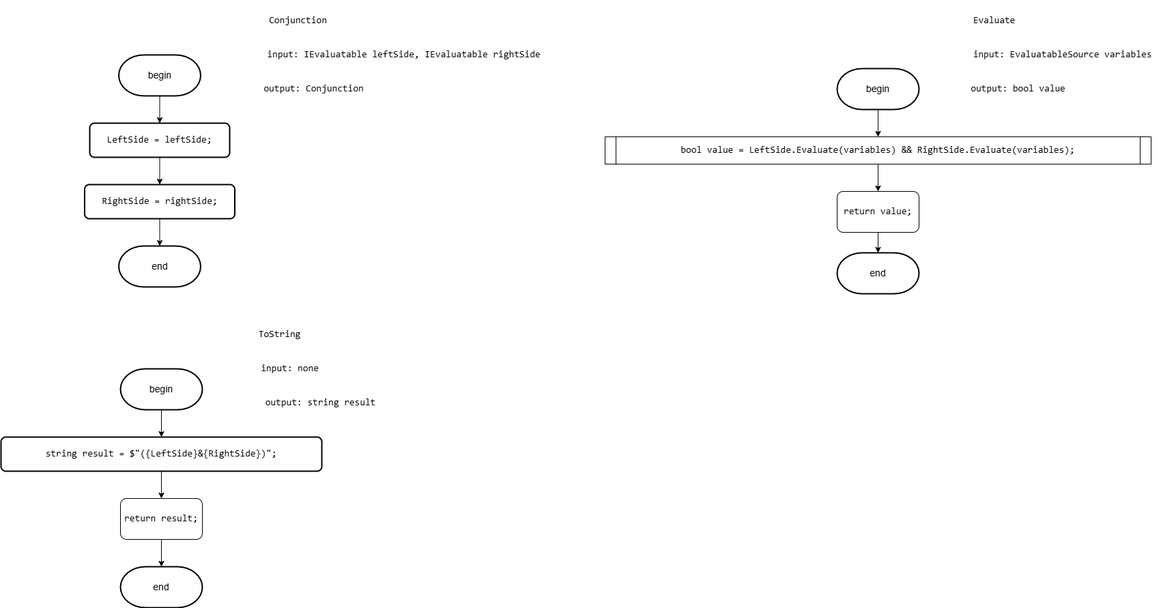
slavikovics/FictionalVariables keeps this draw.io diagram as Diagrams/images/Conjunction.drawio.png. Above is the earlier version. Source tidied: cells renumbered, new cells last; positions are measured from the earlier drawing's top-left corner, leaving out a move shared by most shapes.
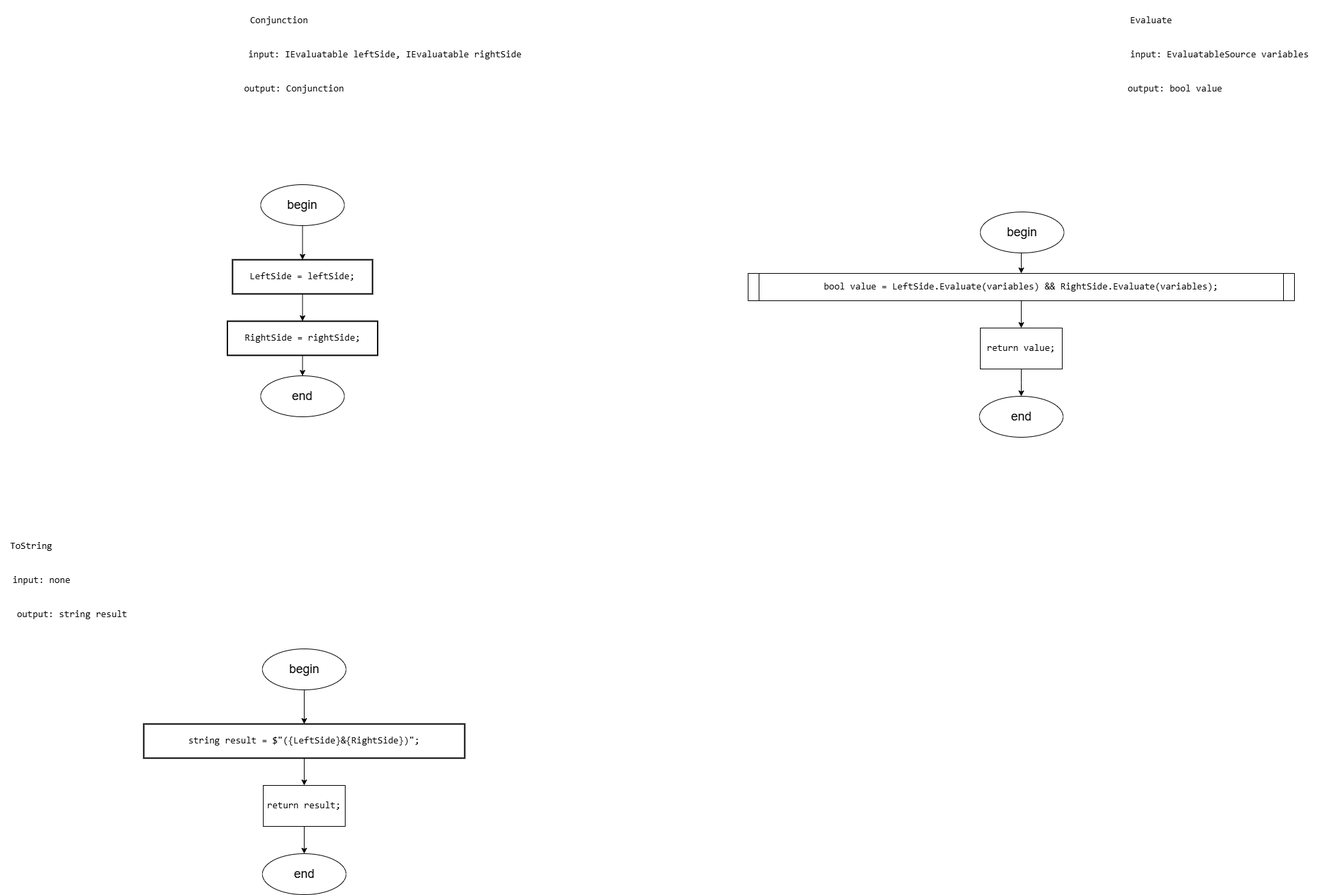
Later version of the same file.

What changed in the source:
```diff
@@ -3,94 +3,94 @@
     <mxCell id="0" />
     <mxCell id="1" parent="0" />
     <mxCell id="2" value="&lt;div&gt;&lt;pre style=&quot;font-family: &amp;quot;JetBrains Mono&amp;quot;, monospace;&quot;&gt;&lt;font style=&quot;&quot;&gt;Conjunction&lt;/font&gt;&lt;/pre&gt;&lt;/div&gt;" style="text;html=1;align=center;verticalAlign=middle;strokeColor=none;fillColor=none;fontSize=14;fontColor=#000000;labelBackgroundColor=none;" parent="1" vertex="1">
-      <mxGeometry x="380" width="110" height="60" as="geometry" />
+      <mxGeometry x="142.5" y="-200" width="110" height="60" as="geometry" />
     </mxCell>
-    <mxCell id="3" style="edgeStyle=orthogonalEdgeStyle;rounded=0;jettySize=auto;html=1;exitX=0.5;exitY=1;exitDx=0;exitDy=0;exitPerimeter=0;entryX=0.5;entryY=0;entryDx=0;entryDy=0;fontSize=14;fontColor=#000000;labelBackgroundColor=none;" parent="1" edge="1" source="4" target="6">
-      <mxGeometry relative="1" as="geometry" />
-    </mxCell>
-    <mxCell id="4" value="begin" style="strokeWidth=2;html=1;shape=mxgraph.flowchart.terminator;whiteSpace=wrap;fontSize=14;fontColor=#000000;labelBackgroundColor=none;" parent="1" vertex="1">
-      <mxGeometry x="172.5" y="80" width="120" height="60" as="geometry" />
-    </mxCell>
     <mxCell id="5" style="edgeStyle=orthogonalEdgeStyle;rounded=0;jettySize=auto;html=1;exitX=0.5;exitY=1;exitDx=0;exitDy=0;entryX=0.5;entryY=0;entryDx=0;entryDy=0;fontSize=14;fontColor=#000000;labelBackgroundColor=none;" parent="1" edge="1" source="6" target="7">
       <mxGeometry relative="1" as="geometry" />
     </mxCell>
-    <mxCell id="6" value="&lt;div style=&quot;&quot;&gt;&lt;pre style=&quot;font-family: &amp;quot;JetBrains Mono&amp;quot;, monospace;&quot;&gt;LeftSide = &lt;span style=&quot;&quot;&gt;leftSide&lt;/span&gt;;&lt;/pre&gt;&lt;/div&gt;" style="rounded=1;whiteSpace=wrap;html=1;absoluteArcSize=1;arcSize=14;strokeWidth=2;fontSize=14;fontColor=#000000;labelBackgroundColor=none;" parent="1" vertex="1">
+    <mxCell id="6" value="&lt;div style=&quot;&quot;&gt;&lt;pre style=&quot;font-family: &amp;quot;JetBrains Mono&amp;quot;, monospace;&quot;&gt;LeftSide = &lt;span style=&quot;&quot;&gt;leftSide&lt;/span&gt;;&lt;/pre&gt;&lt;/div&gt;" style="rounded=0;whiteSpace=wrap;html=1;absoluteArcSize=1;arcSize=14;strokeWidth=2;fontSize=14;fontColor=#000000;labelBackgroundColor=none;" parent="1" vertex="1">
       <mxGeometry x="130" y="180" width="205" height="50" as="geometry" />
     </mxCell>
+    <mxCell id="32" style="edgeStyle=orthogonalEdgeStyle;rounded=0;jettySize=auto;html=1;exitX=0.5;exitY=1;exitDx=0;exitDy=0;entryX=0.5;entryY=0;entryDx=0;entryDy=0;" parent="1" edge="1" source="7" target="37">
+      <mxGeometry relative="1" as="geometry" />
+    </mxCell>
-    <mxCell id="7" value="&lt;div style=&quot;&quot;&gt;&lt;pre style=&quot;font-family: &amp;quot;JetBrains Mono&amp;quot;, monospace;&quot;&gt;&lt;div&gt;&lt;pre style=&quot;font-family: &amp;quot;JetBrains Mono&amp;quot;, monospace;&quot;&gt;RightSide = &lt;span style=&quot;&quot;&gt;rightSide&lt;/span&gt;;&lt;/pre&gt;&lt;/div&gt;&lt;/pre&gt;&lt;/div&gt;" style="rounded=1;whiteSpace=wrap;html=1;absoluteArcSize=1;arcSize=14;strokeWidth=2;fontSize=14;fontColor=#000000;labelBackgroundColor=none;" parent="1" vertex="1">
+    <mxCell id="7" value="&lt;div style=&quot;&quot;&gt;&lt;pre style=&quot;font-family: &amp;quot;JetBrains Mono&amp;quot;, monospace;&quot;&gt;&lt;div&gt;&lt;pre style=&quot;font-family: &amp;quot;JetBrains Mono&amp;quot;, monospace;&quot;&gt;RightSide = &lt;span style=&quot;&quot;&gt;rightSide&lt;/span&gt;;&lt;/pre&gt;&lt;/div&gt;&lt;/pre&gt;&lt;/div&gt;" style="rounded=0;whiteSpace=wrap;html=1;absoluteArcSize=1;arcSize=14;strokeWidth=2;fontSize=14;fontColor=#000000;labelBackgroundColor=none;" parent="1" vertex="1">
       <mxGeometry x="122.5" y="270" width="220" height="50" as="geometry" />
     </mxCell>
     <mxCell id="8" value="&lt;pre style=&quot;font-family: &amp;quot;JetBrains Mono&amp;quot;, monospace;&quot;&gt;input: IEvaluatable leftSide, IEvaluatable rightSide&lt;/pre&gt;" style="text;html=1;align=center;verticalAlign=middle;strokeColor=none;fillColor=none;fontSize=14;fontColor=#000000;labelBackgroundColor=none;" parent="1" vertex="1">
-      <mxGeometry x="380" y="50" width="420" height="60" as="geometry" />
+      <mxGeometry x="142.5" y="-150" width="420" height="60" as="geometry" />
     </mxCell>
     <mxCell id="9" value="&lt;pre style=&quot;font-family: &amp;quot;JetBrains Mono&amp;quot;, monospace;&quot;&gt;output: Conjunction&lt;/pre&gt;" style="text;html=1;align=center;verticalAlign=middle;strokeColor=none;fillColor=none;fontSize=14;fontColor=#000000;labelBackgroundColor=none;" parent="1" vertex="1">
-      <mxGeometry x="372.5" y="100" width="170" height="60" as="geometry" />
+      <mxGeometry x="135" y="-100" width="170" height="60" as="geometry" />
     </mxCell>
-    <mxCell id="10" value="end" style="strokeWidth=2;html=1;shape=mxgraph.flowchart.terminator;whiteSpace=wrap;fontSize=14;fontColor=#000000;labelBackgroundColor=none;" parent="1" vertex="1">
-      <mxGeometry x="172.5" y="360" width="120" height="60" as="geometry" />
-    </mxCell>
-    <mxCell id="11" style="edgeStyle=orthogonalEdgeStyle;rounded=0;jettySize=auto;html=1;exitX=0.5;exitY=1;exitDx=0;exitDy=0;entryX=0.5;entryY=0;entryDx=0;entryDy=0;entryPerimeter=0;fontSize=14;fontColor=#000000;labelBackgroundColor=none;" parent="1" edge="1" source="7" target="10">
-      <mxGeometry relative="1" as="geometry" />
-    </mxCell>
     <mxCell id="12" value="&lt;pre style=&quot;font-family: &amp;quot;JetBrains Mono&amp;quot;, monospace;&quot;&gt;Evaluate&lt;/pre&gt;" style="text;html=1;align=center;verticalAlign=middle;strokeColor=none;fillColor=none;fontSize=14;fontColor=#000000;labelBackgroundColor=none;" parent="1" vertex="1">
-      <mxGeometry x="1410" width="90" height="60" as="geometry" />
+      <mxGeometry x="1430" y="-200" width="90" height="60" as="geometry" />
     </mxCell>
-    <mxCell id="13" style="edgeStyle=orthogonalEdgeStyle;rounded=0;jettySize=auto;html=1;exitX=0.5;exitY=1;exitDx=0;exitDy=0;exitPerimeter=0;entryX=0.5;entryY=0;entryDx=0;entryDy=0;fontSize=14;fontColor=#000000;labelBackgroundColor=none;" parent="1" edge="1" source="14" target="27">
-      <mxGeometry relative="1" as="geometry" />
-    </mxCell>
-    <mxCell id="14" value="begin" style="strokeWidth=2;html=1;shape=mxgraph.flowchart.terminator;whiteSpace=wrap;fontSize=14;fontColor=#000000;labelBackgroundColor=none;" parent="1" vertex="1">
-      <mxGeometry x="1225" y="100" width="120" height="60" as="geometry" />
-    </mxCell>
     <mxCell id="15" value="&lt;pre style=&quot;font-family: &amp;quot;JetBrains Mono&amp;quot;, monospace;&quot;&gt;input: EvaluatableSource &lt;span style=&quot;white-space-collapse: collapse;&quot;&gt;variables&lt;/span&gt;&lt;/pre&gt;" style="text;html=1;align=center;verticalAlign=middle;strokeColor=none;fillColor=none;fontSize=14;fontColor=#000000;labelBackgroundColor=none;" parent="1" vertex="1">
-      <mxGeometry x="1410" y="50" width="290" height="60" as="geometry" />
+      <mxGeometry x="1430" y="-150" width="290" height="60" as="geometry" />
     </mxCell>
     <mxCell id="16" value="&lt;pre style=&quot;font-family: &amp;quot;JetBrains Mono&amp;quot;, monospace;&quot;&gt;output: bool value&lt;/pre&gt;" style="text;html=1;align=center;verticalAlign=middle;strokeColor=none;fillColor=none;fontSize=14;fontColor=#000000;labelBackgroundColor=none;" parent="1" vertex="1">
-      <mxGeometry x="1410" y="100" width="160" height="60" as="geometry" />
+      <mxGeometry x="1430" y="-100" width="160" height="60" as="geometry" />
     </mxCell>
-    <mxCell id="17" value="end" style="strokeWidth=2;html=1;shape=mxgraph.flowchart.terminator;whiteSpace=wrap;fontSize=14;fontColor=#000000;labelBackgroundColor=none;" parent="1" vertex="1">
-      <mxGeometry x="1225" y="370" width="120" height="60" as="geometry" />
-    </mxCell>
     <mxCell id="18" value="&lt;pre style=&quot;font-family: &amp;quot;JetBrains Mono&amp;quot;, monospace;&quot;&gt;ToString&lt;/pre&gt;" style="text;html=1;align=center;verticalAlign=middle;strokeColor=none;fillColor=none;fontSize=14;fontColor=#000000;labelBackgroundColor=none;" parent="1" vertex="1">
-      <mxGeometry x="362.5" y="460" width="90" height="60" as="geometry" />
+      <mxGeometry x="-210" y="570" width="90" height="60" as="geometry" />
     </mxCell>
-    <mxCell id="19" style="edgeStyle=orthogonalEdgeStyle;rounded=0;jettySize=auto;html=1;exitX=0.5;exitY=1;exitDx=0;exitDy=0;exitPerimeter=0;entryX=0.5;entryY=0;entryDx=0;entryDy=0;fontSize=14;fontColor=#000000;labelBackgroundColor=none;" parent="1" edge="1" source="20" target="22">
-      <mxGeometry relative="1" as="geometry" />
-    </mxCell>
-    <mxCell id="20" value="begin" style="strokeWidth=2;html=1;shape=mxgraph.flowchart.terminator;whiteSpace=wrap;fontSize=14;fontColor=#000000;labelBackgroundColor=none;" parent="1" vertex="1">
-      <mxGeometry x="175" y="540" width="120" height="60" as="geometry" />
-    </mxCell>
     <mxCell id="21" style="edgeStyle=orthogonalEdgeStyle;rounded=0;jettySize=auto;html=1;exitX=0.5;exitY=1;exitDx=0;exitDy=0;entryX=0.5;entryY=0;entryDx=0;entryDy=0;fontSize=14;fontColor=#000000;labelBackgroundColor=none;" parent="1" edge="1" source="22" target="29">
       <mxGeometry relative="1" as="geometry" />
     </mxCell>
-    <mxCell id="22" value="&lt;div style=&quot;&quot;&gt;&lt;pre style=&quot;font-family: &amp;quot;JetBrains Mono&amp;quot;, monospace;&quot;&gt;&lt;pre style=&quot;font-family: &amp;quot;JetBrains Mono&amp;quot;, monospace;&quot;&gt;&lt;div&gt;&lt;pre style=&quot;font-family: &amp;quot;JetBrains Mono&amp;quot;, monospace;&quot;&gt;&lt;span style=&quot;&quot;&gt;string &lt;/span&gt;&lt;span style=&quot;&quot;&gt;result &lt;/span&gt;= &lt;span style=&quot;&quot;&gt;$&quot;(&lt;/span&gt;{LeftSide}&lt;span style=&quot;&quot;&gt;&amp;amp;&lt;/span&gt;{RightSide}&lt;span style=&quot;&quot;&gt;)&quot;&lt;/span&gt;;&lt;/pre&gt;&lt;/div&gt;&lt;/pre&gt;&lt;/pre&gt;&lt;/div&gt;" style="rounded=1;whiteSpace=wrap;html=1;absoluteArcSize=1;arcSize=14;strokeWidth=2;fontSize=14;fontColor=#000000;labelBackgroundColor=none;" parent="1" vertex="1">
-      <mxGeometry y="640" width="470" height="50" as="geometry" />
+    <mxCell id="22" value="&lt;div style=&quot;&quot;&gt;&lt;pre style=&quot;font-family: &amp;quot;JetBrains Mono&amp;quot;, monospace;&quot;&gt;&lt;pre style=&quot;font-family: &amp;quot;JetBrains Mono&amp;quot;, monospace;&quot;&gt;&lt;div&gt;&lt;pre style=&quot;font-family: &amp;quot;JetBrains Mono&amp;quot;, monospace;&quot;&gt;&lt;span style=&quot;&quot;&gt;string &lt;/span&gt;&lt;span style=&quot;&quot;&gt;result &lt;/span&gt;= &lt;span style=&quot;&quot;&gt;$&quot;(&lt;/span&gt;{LeftSide}&lt;span style=&quot;&quot;&gt;&amp;amp;&lt;/span&gt;{RightSide}&lt;span style=&quot;&quot;&gt;)&quot;&lt;/span&gt;;&lt;/pre&gt;&lt;/div&gt;&lt;/pre&gt;&lt;/pre&gt;&lt;/div&gt;" style="rounded=0;whiteSpace=wrap;html=1;absoluteArcSize=1;arcSize=14;strokeWidth=2;fontSize=14;fontColor=#000000;labelBackgroundColor=none;" parent="1" vertex="1">
+      <mxGeometry y="860" width="470" height="50" as="geometry" />
     </mxCell>
     <mxCell id="23" value="&lt;pre style=&quot;font-family: &amp;quot;JetBrains Mono&amp;quot;, monospace;&quot;&gt;input: none&lt;/pre&gt;" style="text;html=1;align=center;verticalAlign=middle;strokeColor=none;fillColor=none;fontSize=14;fontColor=#000000;labelBackgroundColor=none;" parent="1" vertex="1">
-      <mxGeometry x="367.5" y="510" width="110" height="60" as="geometry" />
+      <mxGeometry x="-205" y="620" width="110" height="60" as="geometry" />
     </mxCell>
     <mxCell id="24" value="&lt;pre style=&quot;font-family: &amp;quot;JetBrains Mono&amp;quot;, monospace;&quot;&gt;output: string result&lt;/pre&gt;" style="text;html=1;align=center;verticalAlign=middle;strokeColor=none;fillColor=none;fontSize=14;fontColor=#000000;labelBackgroundColor=none;" parent="1" vertex="1">
-      <mxGeometry x="372.5" y="560" width="190" height="60" as="geometry" />
+      <mxGeometry x="-200" y="670" width="190" height="60" as="geometry" />
     </mxCell>
-    <mxCell id="25" value="end" style="strokeWidth=2;html=1;shape=mxgraph.flowchart.terminator;whiteSpace=wrap;fontSize=14;fontColor=#000000;labelBackgroundColor=none;" parent="1" vertex="1">
-      <mxGeometry x="175" y="830" width="120" height="60" as="geometry" />
-    </mxCell>
     <mxCell id="26" style="edgeStyle=orthogonalEdgeStyle;rounded=0;jettySize=auto;html=1;exitX=0.5;exitY=1;exitDx=0;exitDy=0;fontSize=14;fontColor=#000000;labelBackgroundColor=none;" parent="1" edge="1" source="27" target="30">
       <mxGeometry relative="1" as="geometry" />
     </mxCell>
     <mxCell id="27" value="&lt;pre style=&quot;font-family: &amp;quot;JetBrains Mono&amp;quot;, monospace;&quot;&gt;&lt;span style=&quot;&quot;&gt;bool &lt;/span&gt;&lt;span style=&quot;&quot;&gt;value &lt;/span&gt;= LeftSide.&lt;span style=&quot;&quot;&gt;Evaluate&lt;/span&gt;(&lt;span style=&quot;&quot;&gt;variables&lt;/span&gt;) &amp;amp;&amp;amp; RightSide.&lt;span style=&quot;&quot;&gt;Evaluate&lt;/span&gt;(&lt;span style=&quot;&quot;&gt;variables&lt;/span&gt;);&lt;/pre&gt;" style="shape=process;whiteSpace=wrap;html=1;backgroundOutline=1;size=0.0202020202020202;fontSize=14;fontColor=#000000;labelBackgroundColor=none;" parent="1" vertex="1">
       <mxGeometry x="885" y="200" width="800" height="40" as="geometry" />
     </mxCell>
-    <mxCell id="28" style="edgeStyle=orthogonalEdgeStyle;rounded=0;jettySize=auto;html=1;exitX=0.5;exitY=1;exitDx=0;exitDy=0;fontSize=14;fontColor=#000000;labelBackgroundColor=none;" parent="1" edge="1" source="29" target="25">
-      <mxGeometry relative="1" as="geometry" />
-    </mxCell>
+    <mxCell id="33" style="edgeStyle=orthogonalEdgeStyle;rounded=0;jettySize=auto;html=1;exitX=0.5;exitY=1;exitDx=0;exitDy=0;entryX=0.5;entryY=0;entryDx=0;entryDy=0;" parent="1" edge="1" source="29" target="40">
+      <mxGeometry relative="1" as="geometry" />
+    </mxCell>
-    <mxCell id="29" value="&lt;div style=&quot;&quot;&gt;&lt;pre style=&quot;font-family: &amp;quot;JetBrains Mono&amp;quot;, monospace;&quot;&gt;&lt;span style=&quot;&quot;&gt;return &lt;/span&gt;result;&lt;/pre&gt;&lt;/div&gt;" style="rounded=1;whiteSpace=wrap;html=1;fontSize=14;fontColor=#000000;labelBackgroundColor=none;" parent="1" vertex="1">
-      <mxGeometry x="175" y="730" width="120" height="60" as="geometry" />
+    <mxCell id="29" value="&lt;div style=&quot;&quot;&gt;&lt;pre style=&quot;font-family: &amp;quot;JetBrains Mono&amp;quot;, monospace;&quot;&gt;&lt;span style=&quot;&quot;&gt;return &lt;/span&gt;result;&lt;/pre&gt;&lt;/div&gt;" style="rounded=0;whiteSpace=wrap;html=1;fontSize=14;fontColor=#000000;labelBackgroundColor=none;" parent="1" vertex="1">
+      <mxGeometry x="175" y="950" width="120" height="60" as="geometry" />
     </mxCell>
+    <mxCell id="34" style="edgeStyle=orthogonalEdgeStyle;rounded=0;jettySize=auto;html=1;exitX=0.5;exitY=1;exitDx=0;exitDy=0;" parent="1" edge="1" source="30" target="43">
+      <mxGeometry relative="1" as="geometry" />
+    </mxCell>
-    <mxCell id="30" value="&lt;div style=&quot;&quot;&gt;&lt;pre style=&quot;font-family: &amp;quot;JetBrains Mono&amp;quot;, monospace;&quot;&gt;&lt;span style=&quot;&quot;&gt;return &lt;/span&gt;value;&lt;/pre&gt;&lt;/div&gt;" style="rounded=1;whiteSpace=wrap;html=1;fontSize=14;fontColor=#000000;labelBackgroundColor=none;" parent="1" vertex="1">
+    <mxCell id="30" value="&lt;div style=&quot;&quot;&gt;&lt;pre style=&quot;font-family: &amp;quot;JetBrains Mono&amp;quot;, monospace;&quot;&gt;&lt;span style=&quot;&quot;&gt;return &lt;/span&gt;value;&lt;/pre&gt;&lt;/div&gt;" style="rounded=0;whiteSpace=wrap;html=1;fontSize=14;fontColor=#000000;labelBackgroundColor=none;" parent="1" vertex="1">
       <mxGeometry x="1225" y="280" width="120" height="60" as="geometry" />
     </mxCell>
-    <mxCell id="31" style="edgeStyle=orthogonalEdgeStyle;rounded=0;jettySize=auto;html=1;exitX=0.5;exitY=1;exitDx=0;exitDy=0;entryX=0.5;entryY=0;entryDx=0;entryDy=0;entryPerimeter=0;fontSize=14;fontColor=#000000;labelBackgroundColor=none;" parent="1" edge="1" source="30" target="17">
-      <mxGeometry relative="1" as="geometry" />
-    </mxCell>
+    <mxCell id="35" style="edgeStyle=orthogonalEdgeStyle;rounded=0;jettySize=auto;html=1;exitX=0.5;exitY=1;exitDx=0;exitDy=0;entryX=0.5;entryY=0;entryDx=0;entryDy=0;" parent="1" edge="1" source="36" target="6">
+      <mxGeometry relative="1" as="geometry" />
+    </mxCell>
+    <mxCell id="36" value="&lt;font style=&quot;font-size: 18px;&quot;&gt;begin&lt;/font&gt;" style="ellipse;whiteSpace=wrap;html=1;" parent="1" vertex="1">
+      <mxGeometry x="171.2" y="70" width="122.5" height="60" as="geometry" />
+    </mxCell>
+    <mxCell id="37" value="&lt;font style=&quot;font-size: 18px;&quot;&gt;end&lt;/font&gt;" style="ellipse;whiteSpace=wrap;html=1;" parent="1" vertex="1">
+      <mxGeometry x="171.2" y="350" width="122.5" height="60" as="geometry" />
+    </mxCell>
+    <mxCell id="38" style="edgeStyle=orthogonalEdgeStyle;rounded=0;jettySize=auto;html=1;exitX=0.5;exitY=1;exitDx=0;exitDy=0;entryX=0.5;entryY=0;entryDx=0;entryDy=0;" parent="1" edge="1" source="39" target="22">
+      <mxGeometry relative="1" as="geometry" />
+    </mxCell>
+    <mxCell id="39" value="&lt;font style=&quot;font-size: 18px;&quot;&gt;begin&lt;/font&gt;" style="ellipse;whiteSpace=wrap;html=1;" parent="1" vertex="1">
+      <mxGeometry x="173.8" y="750" width="122.5" height="60" as="geometry" />
+    </mxCell>
+    <mxCell id="40" value="&lt;font style=&quot;font-size: 18px;&quot;&gt;end&lt;/font&gt;" style="ellipse;whiteSpace=wrap;html=1;" parent="1" vertex="1">
+      <mxGeometry x="173.8" y="1050" width="122.5" height="60" as="geometry" />
+    </mxCell>
+    <mxCell id="41" style="edgeStyle=orthogonalEdgeStyle;rounded=0;jettySize=auto;html=1;exitX=0.5;exitY=1;exitDx=0;exitDy=0;entryX=0.5;entryY=0;entryDx=0;entryDy=0;" parent="1" edge="1" source="42" target="27">
+      <mxGeometry relative="1" as="geometry" />
+    </mxCell>
+    <mxCell id="42" value="&lt;font style=&quot;font-size: 18px;&quot;&gt;begin&lt;/font&gt;" style="ellipse;whiteSpace=wrap;html=1;" parent="1" vertex="1">
+      <mxGeometry x="1225" y="110" width="122.5" height="60" as="geometry" />
+    </mxCell>
+    <mxCell id="43" value="&lt;font style=&quot;font-size: 18px;&quot;&gt;end&lt;/font&gt;" style="ellipse;whiteSpace=wrap;html=1;" parent="1" vertex="1">
+      <mxGeometry x="1223.8" y="380" width="122.5" height="60" as="geometry" />
+    </mxCell>
   </root>
 </mxGraphModel>
```
